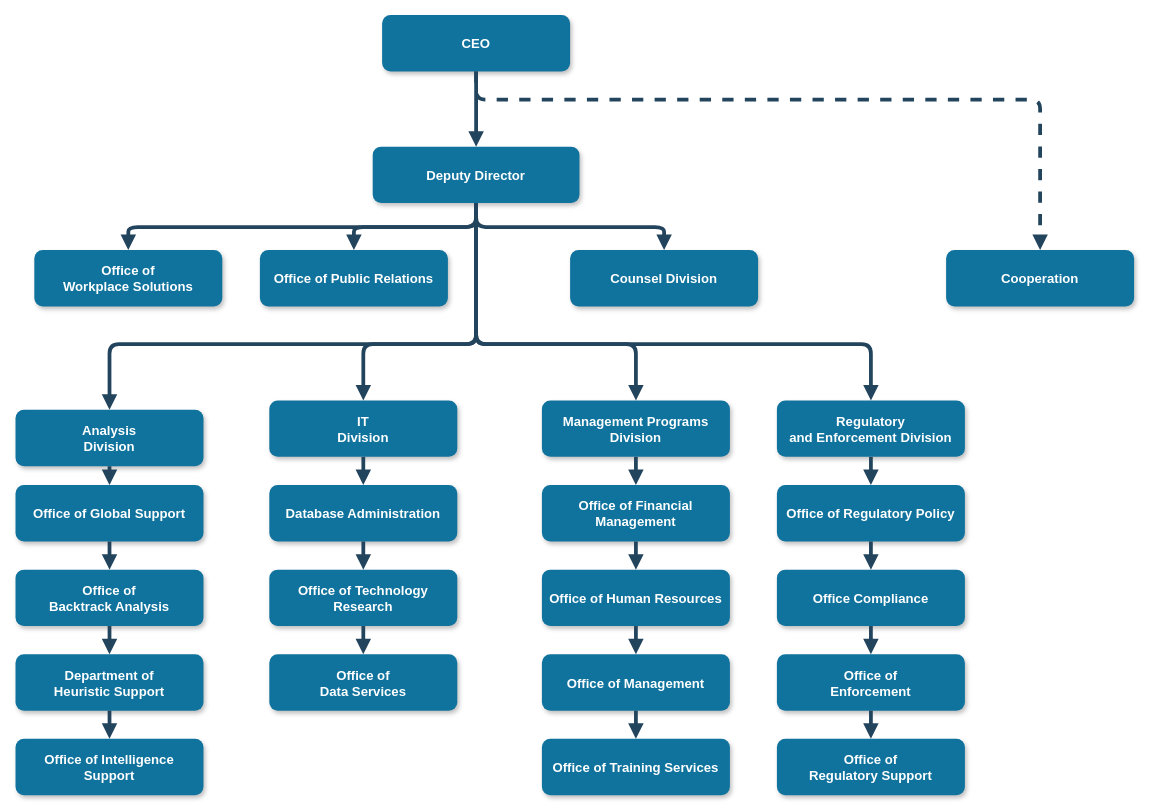
Earlier version of the draw.io diagram Untitled Diagram.drawio (lenyiepromise/code). Source tidied: cells renumbered, new cells numbered last; positions are measured from the earlier drawing's top-left corner, leaving out a move shared by most shapes. Both pictures are drawn from the tidied source at 94%, with x=0, y=0 at pixel (15, 15).
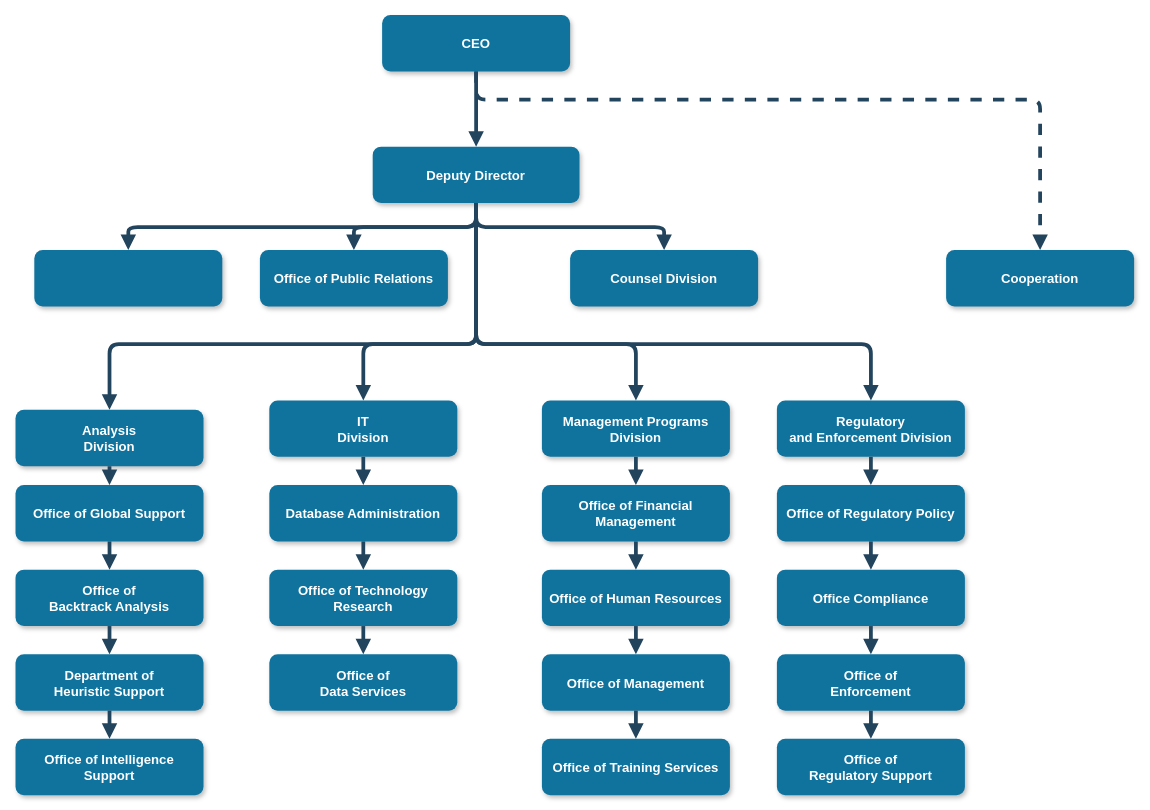
The same page after the edit.

Commit message (it also covers changes not shown here):
Plen structure

Diff of the diagram source:
```diff
@@
-    <mxCell id="4" value="Office of &#10;Workplace Solutions" style="rounded=1;fillColor=#10739E;strokeColor=none;shadow=1;gradientColor=none;fontStyle=1;fontColor=#FFFFFF;fontSize=14;" parent="1" vertex="1">
+    <mxCell id="4" style="rounded=1;fillColor=#10739E;strokeColor=none;shadow=1;gradientColor=none;fontStyle=1;fontColor=#FFFFFF;fontSize=14;" parent="1" vertex="1">
       <mxGeometry x="20" y="249.5" width="200" height="60" as="geometry" />
     </mxCell>
```
